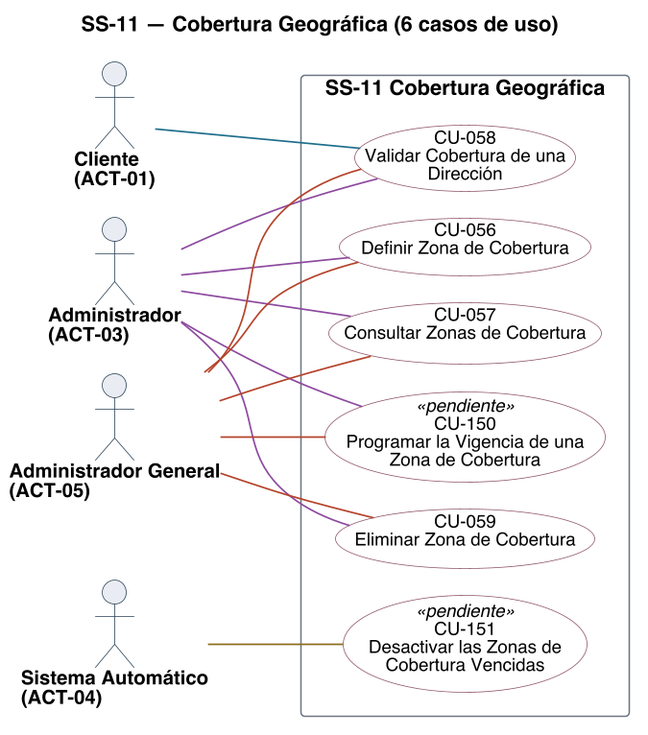
Above: diagramas/uml/CU_SS-11_Cobertura-Geografica.png in Nahuelito-Dev/splg-docs (PlantUML), before the change.
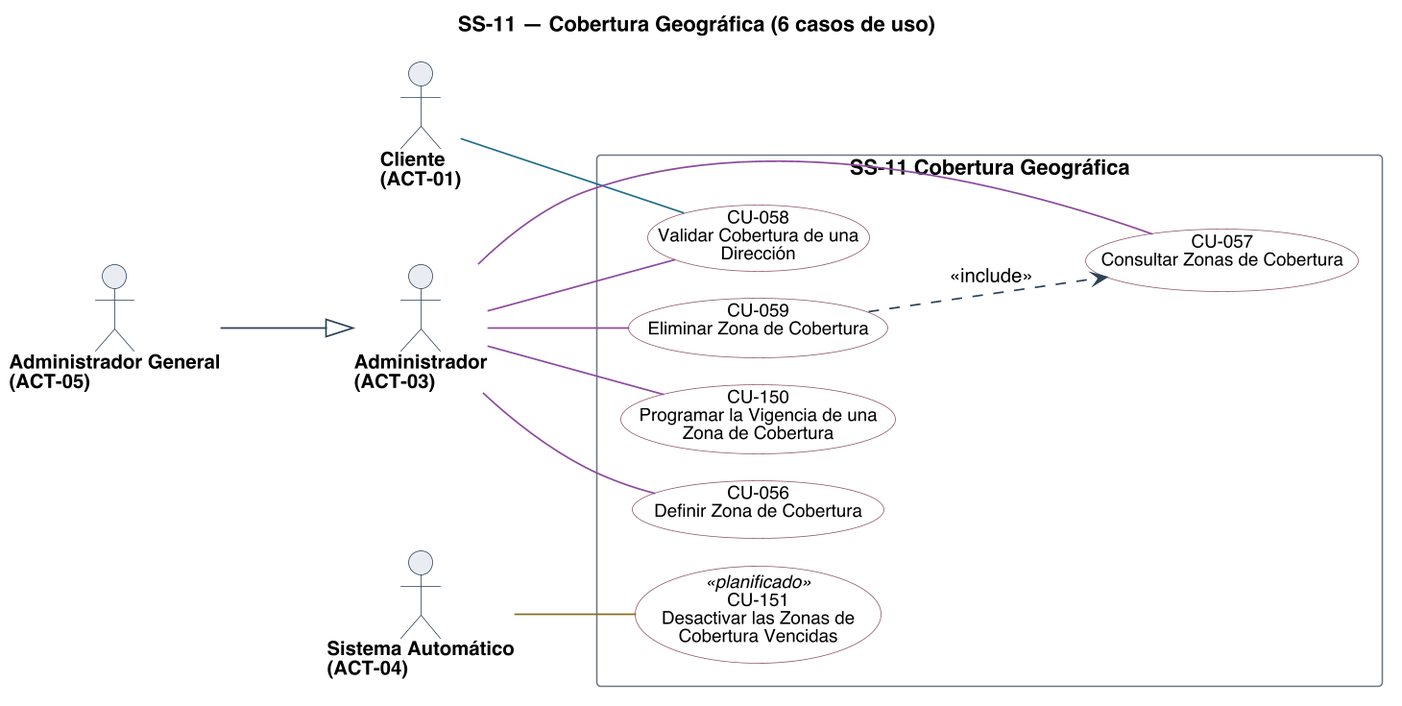
The same diagram one commit later.

Change to the diagram source:
```diff
@@ -28,8 +28,8 @@
 skinparam nodesep 18
 skinparam ranksep 70
 skinparam usecase {
-  BorderColor<<pendiente>> #9C4436
-  BackgroundColor<<pendiente>> #F6E4E1
+  BorderColor<<planificado>> #9C4436
+  BackgroundColor<<planificado>> #F6E4E1
   BorderColor<<factorizado>> #6B7683
   BackgroundColor<<factorizado>> #F2F4F6
 }
@@ -44,8 +44,8 @@
   usecase "CU-057\nConsultar Zonas de Cobertura" as U057 #back:FFFFFF;line:8E5566
   usecase "CU-058\nValidar Cobertura de una\nDirección" as U058 #back:FFFFFF;line:8E5566
   usecase "CU-059\nEliminar Zona de Cobertura" as U059 #back:FFFFFF;line:8E5566
-  usecase "CU-150\nProgramar la Vigencia de una\nZona de Cobertura" as U150 <<pendiente>> #back:FFFFFF;line:8E5566
-  usecase "CU-151\nDesactivar las Zonas de\nCobertura Vencidas" as U151 <<pendiente>> #back:FFFFFF;line:8E5566
+  usecase "CU-150\nProgramar la Vigencia de una\nZona de Cobertura" as U150 #back:FFFFFF;line:8E5566
+  usecase "CU-151\nDesactivar las Zonas de\nCobertura Vencidas" as U151 <<planificado>> #back:FFFFFF;line:8E5566
 }
 
 A01 -[#1F6F8B]- U058
@@ -55,10 +55,8 @@
 A03 -[#8C4A9E]- U059
 A03 -[#8C4A9E]- U150
 A04 -[#8A6D1F]- U151
-A05 -[#B4432B]- U056
-A05 -[#B4432B]- U057
-A05 -[#B4432B]- U058
-A05 -[#B4432B]- U059
-A05 -[#B4432B]- U150
+A05 --|> A03
+
+U059 ..> U057 : <<include>>
 
 @enduml
```
